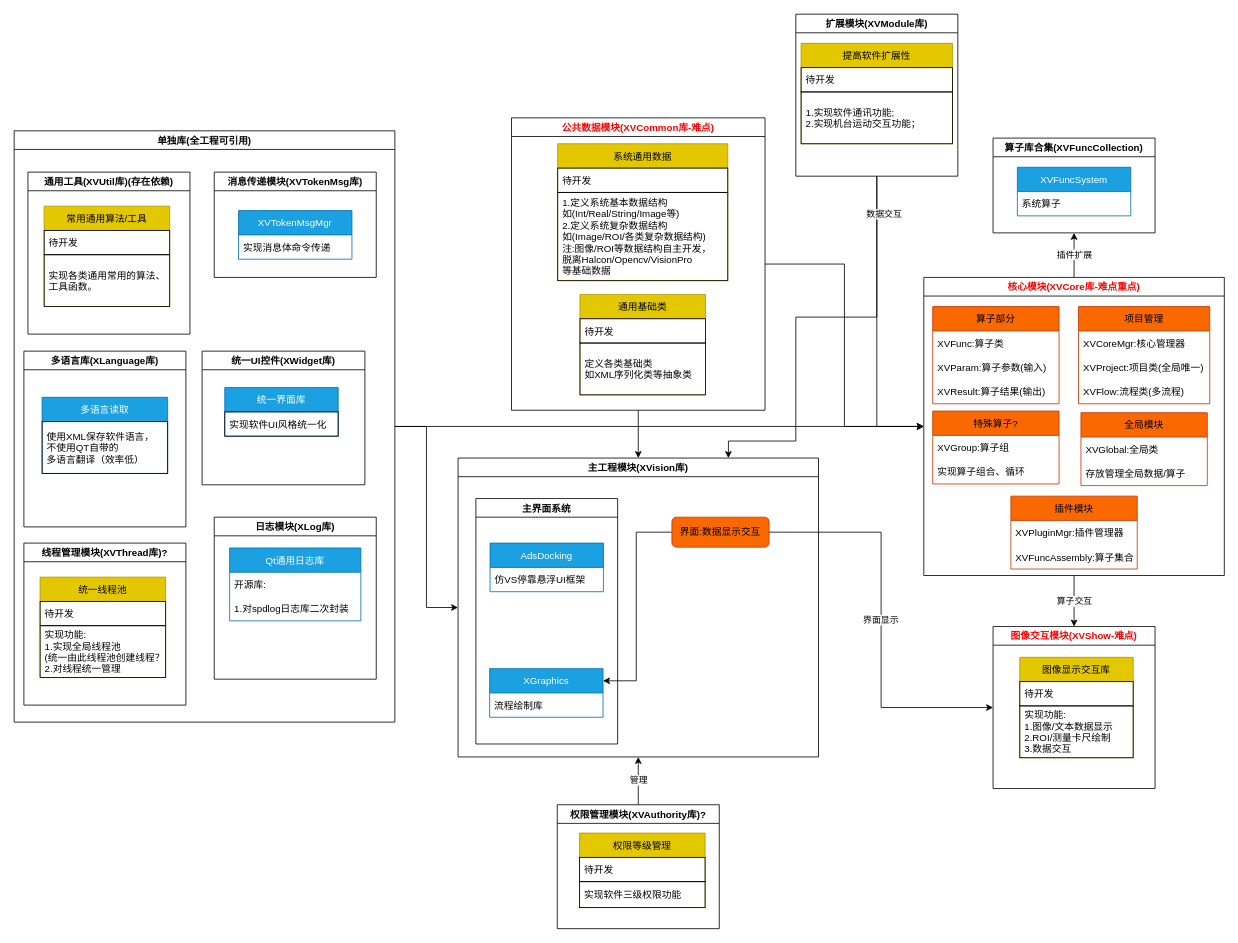
This is page "系统架构" (2 of 5) of doc/design/系统设计.drawio from YunzhuoH/XVision, a draw.io file, before an edit. Source tidied: cells renumbered, new cells numbered last; positions are measured from the earlier drawing's top-left corner, leaving out a move shared by most shapes. Both pictures are drawn from the tidied source at 81%, with x=0, y=0 at pixel (14, 14).
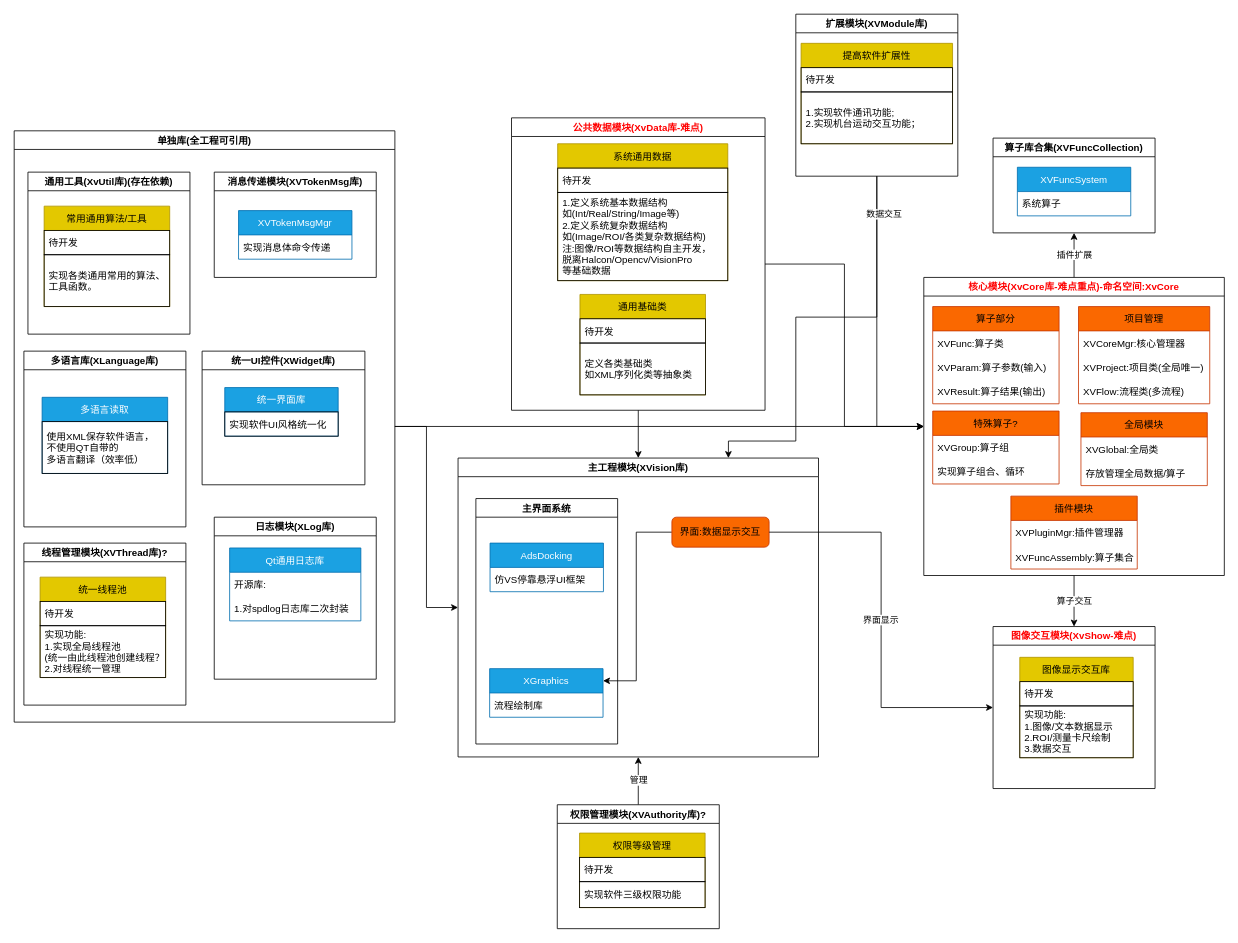
After the change.

Unchanged cells that the change refers to:
```xml
<mxCell id="55" value="单独库(全工程可引用)" style="swimlane;fontColor=#000000;strokeColor=default;" parent="1" vertex="1">
  <mxGeometry y="144" width="470" height="730" as="geometry" />
</mxCell>
```

The edit, as a diff of the source:
```diff
@@
-    <mxCell id="4" value="核心模块(XVCore库-难点重点)" style="swimlane;fontColor=#FF0000;" parent="1" vertex="1">
+    <mxCell id="4" value="核心模块(XvCore库-难点重点)-命名空间:XvCore" style="swimlane;fontColor=#FF0000;" parent="1" vertex="1">
       <mxGeometry x="1123" y="325" width="371" height="368" as="geometry" />
     </mxCell>
@@
-    <mxCell id="24" value="公共数据模块(XVCommon库-难点)" style="swimlane;fontColor=#FF0000;" parent="1" vertex="1">
+    <mxCell id="24" value="公共数据模块(XvData库-难点)" style="swimlane;fontColor=#FF0000;" parent="1" vertex="1">
       <mxGeometry x="614" y="128" width="313" height="361" as="geometry" />
     </mxCell>
@@
-    <mxCell id="39" value="图像交互模块(XVShow-难点)" style="swimlane;fontColor=#FF0000;" parent="1" vertex="1">
+    <mxCell id="39" value="图像交互模块(XvShow-难点)" style="swimlane;fontColor=#FF0000;" parent="1" vertex="1">
       <mxGeometry x="1208.5" y="756" width="200" height="200" as="geometry" />
     </mxCell>
@@
-    <mxCell id="65" value="通用工具(XVUtil库)(存在依赖)" style="swimlane;" parent="55" vertex="1">
+    <mxCell id="65" value="通用工具(XvUtil库)(存在依赖)" style="swimlane;" parent="55" vertex="1">
       <mxGeometry x="17" y="51" width="200" height="200" as="geometry" />
     </mxCell>
```
